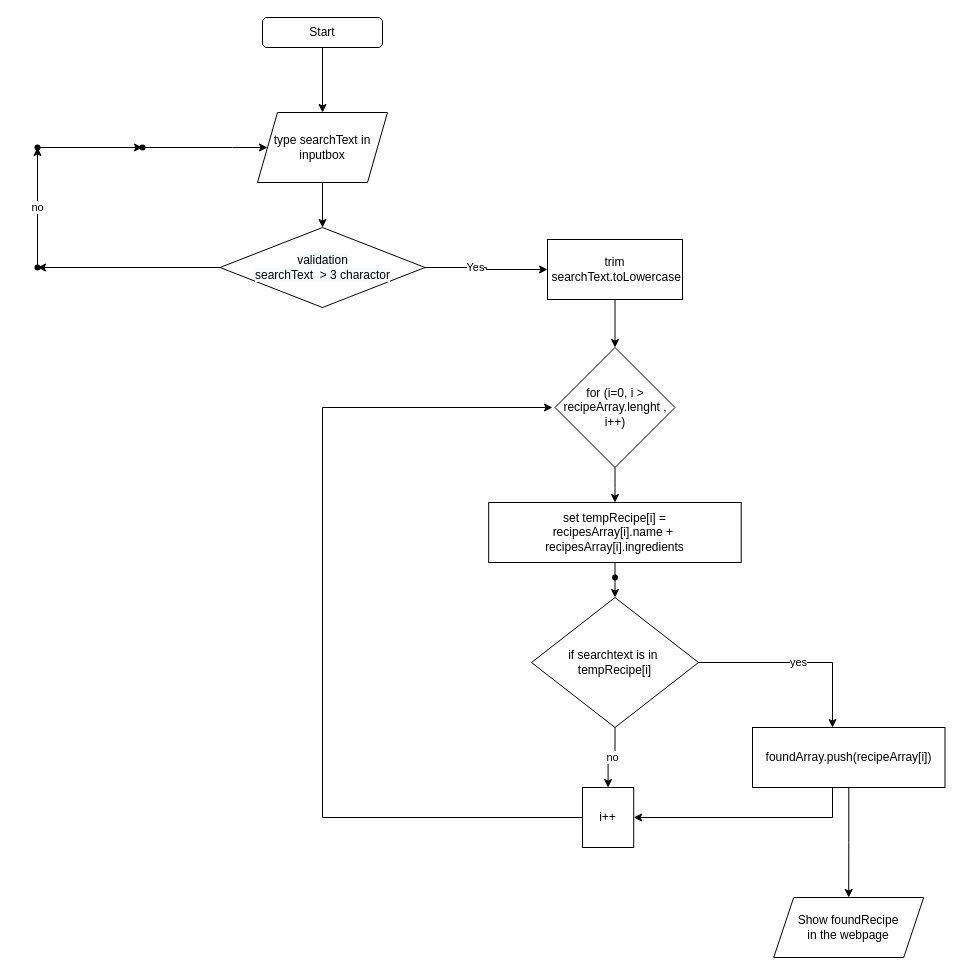
Above: algo1.drawio in Kunkanya/KunkanyaRemmer_7_06052021 (draw.io), before the change. Source tidied: cells renumbered, new cells numbered last; positions are measured from the earlier drawing's top-left corner, leaving out a move shared by most shapes. Both pictures are drawn from the tidied source at 100%, with x=0, y=0 at pixel (17, 17).
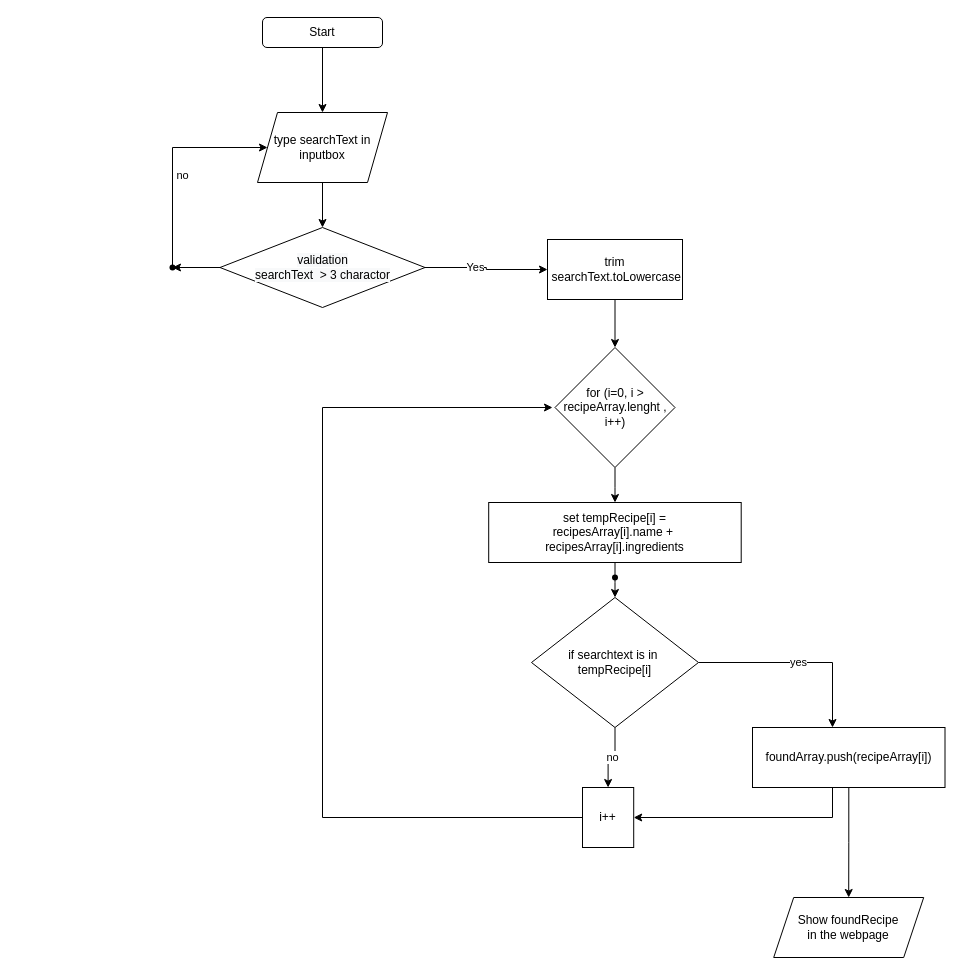
After the change.

The change refers to these unchanged cells:
```xml
<mxCell id="18" value="&lt;span&gt;type searchText in inputbox&lt;/span&gt;" style="shape=parallelogram;perimeter=parallelogramPerimeter;whiteSpace=wrap;html=1;fixedSize=1;size=20;" parent="1" vertex="1">
  <mxGeometry x="240" y="95" width="130" height="70" as="geometry" />
</mxCell>
```

Change to the diagram source:
```diff
@@
-    <mxCell id="19" value="no" style="edgeStyle=orthogonalEdgeStyle;rounded=0;jettySize=auto;html=1;" parent="1" edge="1" source="20" target="22">
-      <mxGeometry relative="1" as="geometry" />
+    <mxCell id="19" value="no" style="edgeStyle=orthogonalEdgeStyle;rounded=0;jettySize=auto;html=1;entryX=0;entryY=0.5;entryDx=0;entryDy=0;" parent="1" edge="1" source="20" target="18">
+      <mxGeometry x="-0.14" y="-10" relative="1" as="geometry">
+        <Array as="points">
+          <mxPoint x="155" y="250" />
+          <mxPoint x="155" y="130" />
+        </Array>
+      </mxGeometry>
     </mxCell>
     <mxCell id="20" style="shape=waypoint;size=6;points=[];fillColor=rgba(255, 255, 255, 1);perimeter=centerPerimeter;snapToPoint=1;" parent="1" vertex="1">
-      <mxGeometry y="230" width="40" height="40" as="geometry" />
+      <mxGeometry x="135" y="230" width="40" height="40" as="geometry" />
     </mxCell>
-    <mxCell id="21" style="edgeStyle=orthogonalEdgeStyle;rounded=0;jettySize=auto;html=1;" parent="1" edge="1" source="22" target="24">
-      <mxGeometry relative="1" as="geometry" />
-    </mxCell>
-    <mxCell id="22" style="shape=waypoint;size=6;points=[];fillColor=rgba(255, 255, 255, 1);perimeter=centerPerimeter;snapToPoint=1;" parent="1" vertex="1">
-      <mxGeometry y="110" width="40" height="40" as="geometry" />
-    </mxCell>
-    <mxCell id="23" style="edgeStyle=orthogonalEdgeStyle;rounded=0;jettySize=auto;html=1;" parent="1" edge="1" source="24" target="18">
-      <mxGeometry relative="1" as="geometry">
-        <Array as="points">
-          <mxPoint x="215" y="130" />
-          <mxPoint x="215" y="130" />
-        </Array>
-      </mxGeometry>
-    </mxCell>
-    <mxCell id="24" style="shape=waypoint;size=6;points=[];fillColor=rgba(255, 255, 255, 1);perimeter=centerPerimeter;snapToPoint=1;" parent="1" vertex="1">
-      <mxGeometry x="105" y="110" width="40" height="40" as="geometry" />
-    </mxCell>
@@
+    <mxCell id="32" style="edgeStyle=orthogonalEdgeStyle;rounded=0;orthogonalLoop=1;jettySize=auto;html=1;" parent="1" edge="1">
+      <mxGeometry relative="1" as="geometry">
+        <mxPoint x="175" y="130" as="sourcePoint" />
+        <mxPoint x="175" y="130" as="targetPoint" />
+      </mxGeometry>
+    </mxCell>
```
